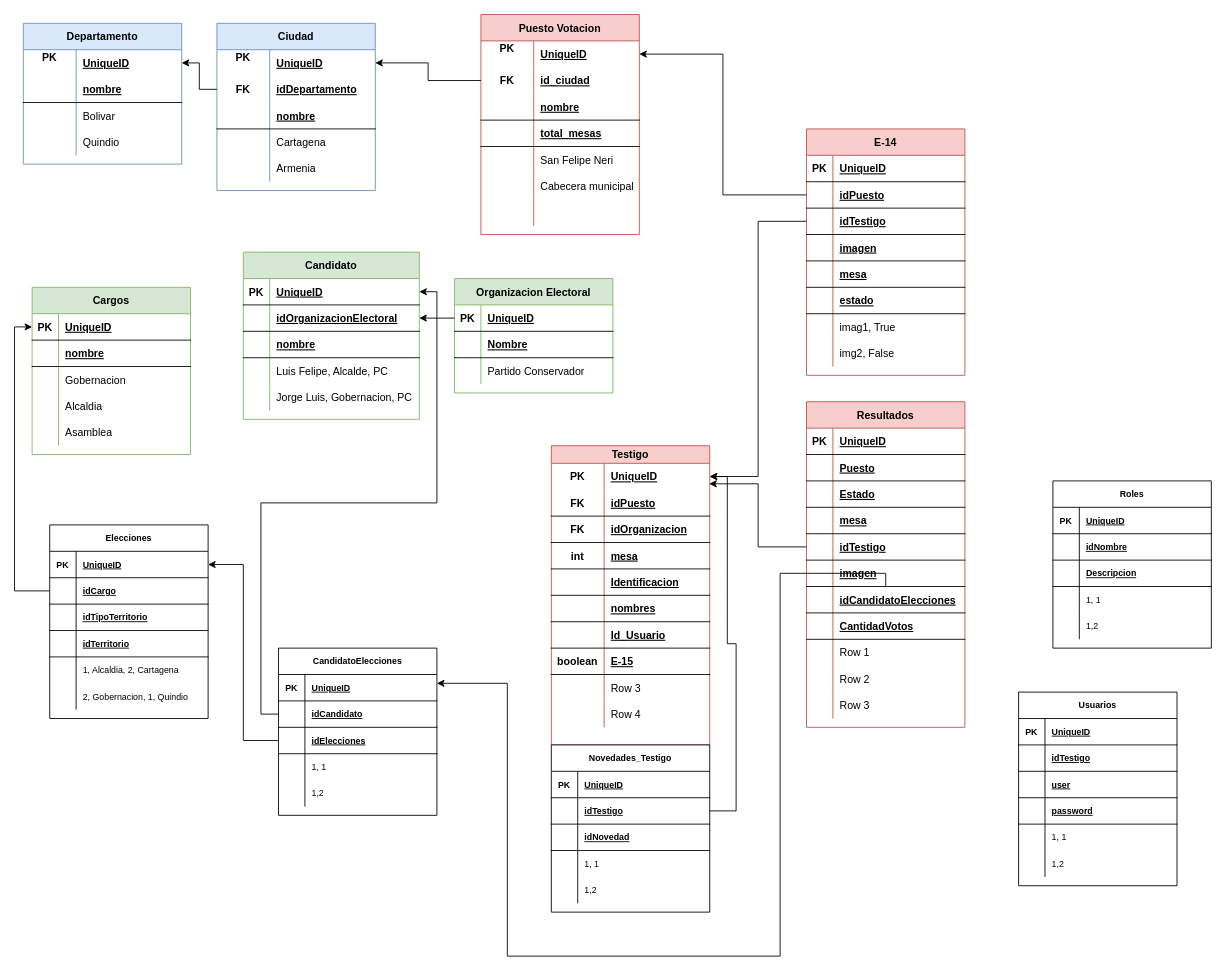
This is page "Modelo E-R" (2 of 6) of Testigos Electorales.drawio from jlchavarriaga/TestigosElectorales, a draw.io file, before an edit. Source tidied: cells renumbered, new cells numbered last; positions are measured from the earlier drawing's top-left corner, leaving out a move shared by most shapes. Both pictures are drawn from the tidied source at 88%, with x=0, y=0 at pixel (23, 14).
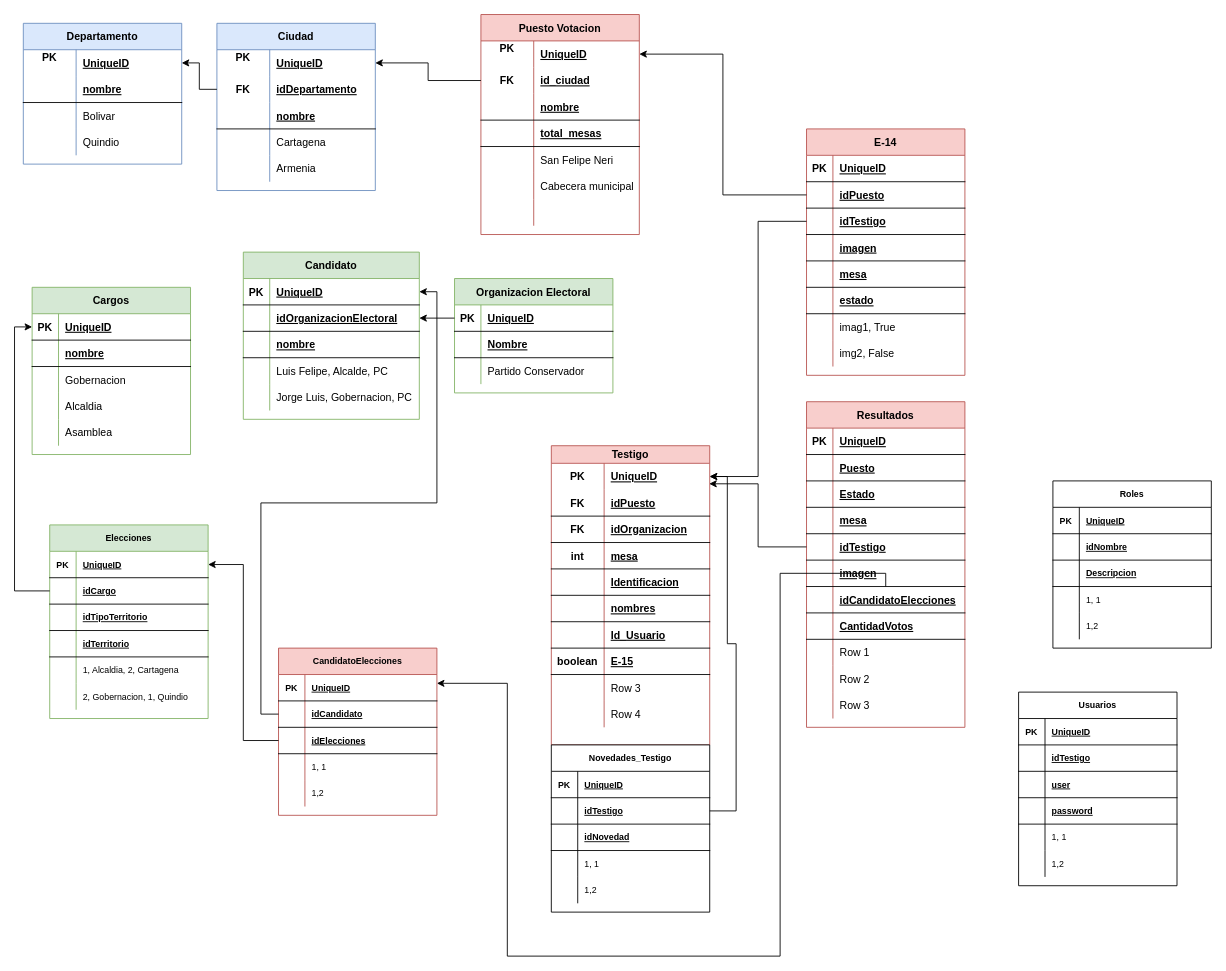
After the change.

Diff of the diagram source:
```diff
@@
-    <mxCell id="191" value="Elecciones" style="shape=table;startSize=30;childLayout=tableLayout;rowLines=0;fontStyle=1;align=center;fontSize=10;fontColor=#000000;" parent="1" vertex="1">
+    <mxCell id="191" value="Elecciones" style="shape=table;startSize=30;childLayout=tableLayout;rowLines=0;fontStyle=1;align=center;fontSize=10;fillColor=#d5e8d4;strokeColor=#82b366;" parent="1" vertex="1">
       <mxGeometry x="30" y="580" width="180" height="220" as="geometry" />
     </mxCell>
@@
-    <mxCell id="210" value="CandidatoElecciones" style="shape=table;startSize=30;childLayout=tableLayout;rowLines=0;fontStyle=1;align=center;fontSize=10;fontColor=#000000;" parent="1" vertex="1">
+    <mxCell id="210" value="CandidatoElecciones" style="shape=table;startSize=30;childLayout=tableLayout;rowLines=0;fontStyle=1;align=center;fontSize=10;fillColor=#f8cecc;strokeColor=#b85450;" parent="1" vertex="1">
       <mxGeometry x="290" y="720" width="180" height="190" as="geometry" />
     </mxCell>
```
